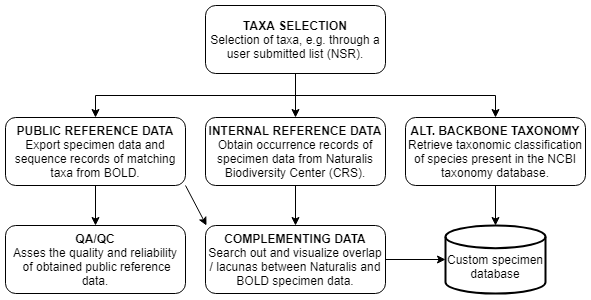
The draw.io diagram script/Workflow.png in naturalis/Custom-databases-DNA-sequences, before a commit. Source tidied: cells renumbered, new cells last; positions are measured from the earlier drawing's top-left corner, leaving out a move shared by most shapes. The source it was exported from:
```xml
<mxGraphModel>
  <root>
    <mxCell id="0" />
    <mxCell id="1" parent="0" />
    <mxCell id="2" style="edgeStyle=orthogonalEdgeStyle;rounded=0;jettySize=auto;html=1;" parent="1" edge="1" source="5" target="9">
      <mxGeometry relative="1" as="geometry" />
    </mxCell>
    <mxCell id="3" style="edgeStyle=orthogonalEdgeStyle;rounded=0;jettySize=auto;html=1;entryX=0.5;entryY=0;entryDx=0;entryDy=0;" parent="1" edge="1" source="5" target="7">
      <mxGeometry relative="1" as="geometry">
        <Array as="points">
          <mxPoint x="290" y="90" />
          <mxPoint x="90" y="90" />
        </Array>
      </mxGeometry>
    </mxCell>
    <mxCell id="4" style="edgeStyle=orthogonalEdgeStyle;rounded=0;jettySize=auto;html=1;" parent="1" edge="1" source="5" target="15">
      <mxGeometry relative="1" as="geometry">
        <Array as="points">
          <mxPoint x="290" y="90" />
          <mxPoint x="490" y="90" />
        </Array>
      </mxGeometry>
    </mxCell>
    <mxCell id="5" value="&lt;b&gt;TAXA SELECTION&lt;/b&gt;&lt;br&gt;Selection of taxa, e.g. through a user submitted list (NSR)." style="rounded=1;whiteSpace=wrap;html=1;fontSize=12;glass=0;strokeWidth=1;shadow=0;" parent="1" vertex="1">
      <mxGeometry x="200" width="180" height="68" as="geometry" />
    </mxCell>
    <mxCell id="6" style="edgeStyle=orthogonalEdgeStyle;rounded=0;jettySize=auto;html=1;" parent="1" edge="1" source="7" target="12">
      <mxGeometry relative="1" as="geometry" />
    </mxCell>
    <mxCell id="7" value="&lt;b&gt;PUBLIC REFERENCE DATA&lt;br&gt;&lt;/b&gt;Export specimen data and sequence records of matching taxa from BOLD." style="whiteSpace=wrap;html=1;rounded=1;shadow=0;strokeWidth=1;glass=0;" parent="1" vertex="1">
      <mxGeometry y="112" width="180" height="68" as="geometry" />
    </mxCell>
    <mxCell id="8" style="edgeStyle=orthogonalEdgeStyle;rounded=0;jettySize=auto;html=1;entryX=0.5;entryY=0;entryDx=0;entryDy=0;" parent="1" edge="1" source="9" target="11">
      <mxGeometry relative="1" as="geometry" />
    </mxCell>
    <mxCell id="9" value="&lt;b&gt;INTERNAL REFERENCE DATA&lt;br&gt;&lt;/b&gt;Obtain occurrence records of specimen data from Naturalis Biodiversity Center (CRS)." style="whiteSpace=wrap;html=1;rounded=1;shadow=0;strokeWidth=1;glass=0;" parent="1" vertex="1">
      <mxGeometry x="200" y="112" width="180" height="68" as="geometry" />
    </mxCell>
    <mxCell id="10" style="edgeStyle=orthogonalEdgeStyle;rounded=0;jettySize=auto;html=1;entryX=0;entryY=0.5;entryDx=0;entryDy=0;entryPerimeter=0;" parent="1" edge="1" source="11" target="13">
      <mxGeometry relative="1" as="geometry" />
    </mxCell>
    <mxCell id="11" value="&lt;b&gt;COMPLEMENTING DATA&lt;/b&gt;&lt;br&gt;Search out and visualize overlap / lacunas between Naturalis and BOLD specimen data." style="whiteSpace=wrap;html=1;rounded=1;shadow=0;strokeWidth=1;glass=0;" parent="1" vertex="1">
      <mxGeometry x="200" y="220" width="180" height="68" as="geometry" />
    </mxCell>
    <mxCell id="12" value="&lt;b&gt;QA/QC&lt;br&gt;&lt;/b&gt;Asses the quality and reliability&lt;br&gt;&amp;nbsp;of obtained public reference data." style="whiteSpace=wrap;html=1;rounded=1;shadow=0;strokeWidth=1;glass=0;" parent="1" vertex="1">
      <mxGeometry y="220" width="180" height="68" as="geometry" />
    </mxCell>
    <mxCell id="13" value="&lt;br&gt;Custom specimen&lt;br&gt;database" style="strokeWidth=2;html=1;shape=mxgraph.flowchart.database;whiteSpace=wrap;" parent="1" vertex="1">
      <mxGeometry x="440" y="220" width="100" height="68" as="geometry" />
    </mxCell>
    <mxCell id="14" style="edgeStyle=orthogonalEdgeStyle;rounded=0;jettySize=auto;html=1;" parent="1" edge="1" source="15" target="13">
      <mxGeometry relative="1" as="geometry" />
    </mxCell>
    <mxCell id="15" value="&lt;b&gt;ALT. BACKBONE TAXONOMY&lt;br&gt;&lt;/b&gt;Retrieve taxonomic classification of species present in the NCBI taxonomy database." style="whiteSpace=wrap;html=1;rounded=1;shadow=0;strokeWidth=1;glass=0;" parent="1" vertex="1">
      <mxGeometry x="400" y="112" width="180" height="68" as="geometry" />
    </mxCell>
    <mxCell id="16" style="endArrow=classic;html=1;exitX=1;exitY=1;exitDx=0;exitDy=0;" parent="1" edge="1" source="7">
      <mxGeometry relative="1" as="geometry">
        <mxPoint x="201" y="220" as="targetPoint" />
      </mxGeometry>
    </mxCell>
  </root>
</mxGraphModel>
```
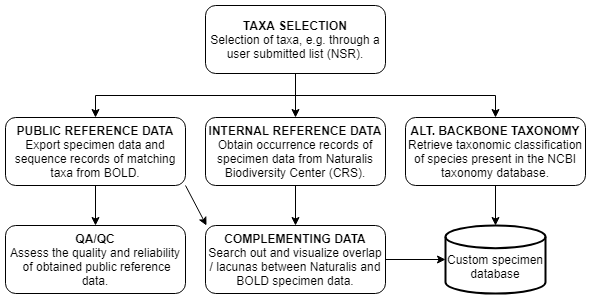
After the change.

The edit, as a diff of the source:
```diff
@@ -42,7 +42,7 @@
     <mxCell id="11" value="&lt;b&gt;COMPLEMENTING DATA&lt;/b&gt;&lt;br&gt;Search out and visualize overlap / lacunas between Naturalis and BOLD specimen data." style="whiteSpace=wrap;html=1;rounded=1;shadow=0;strokeWidth=1;glass=0;" parent="1" vertex="1">
       <mxGeometry x="200" y="220" width="180" height="68" as="geometry" />
     </mxCell>
-    <mxCell id="12" value="&lt;b&gt;QA/QC&lt;br&gt;&lt;/b&gt;Asses the quality and reliability&lt;br&gt;&amp;nbsp;of obtained public reference data." style="whiteSpace=wrap;html=1;rounded=1;shadow=0;strokeWidth=1;glass=0;" parent="1" vertex="1">
+    <mxCell id="12" value="&lt;b&gt;QA/QC&lt;br&gt;&lt;/b&gt;Assess the quality and reliability&lt;br&gt;&amp;nbsp;of obtained public reference data." style="whiteSpace=wrap;html=1;rounded=1;shadow=0;strokeWidth=1;glass=0;" parent="1" vertex="1">
       <mxGeometry y="220" width="180" height="68" as="geometry" />
     </mxCell>
     <mxCell id="13" value="&lt;br&gt;Custom specimen&lt;br&gt;database" style="strokeWidth=2;html=1;shape=mxgraph.flowchart.database;whiteSpace=wrap;" parent="1" vertex="1">
```
